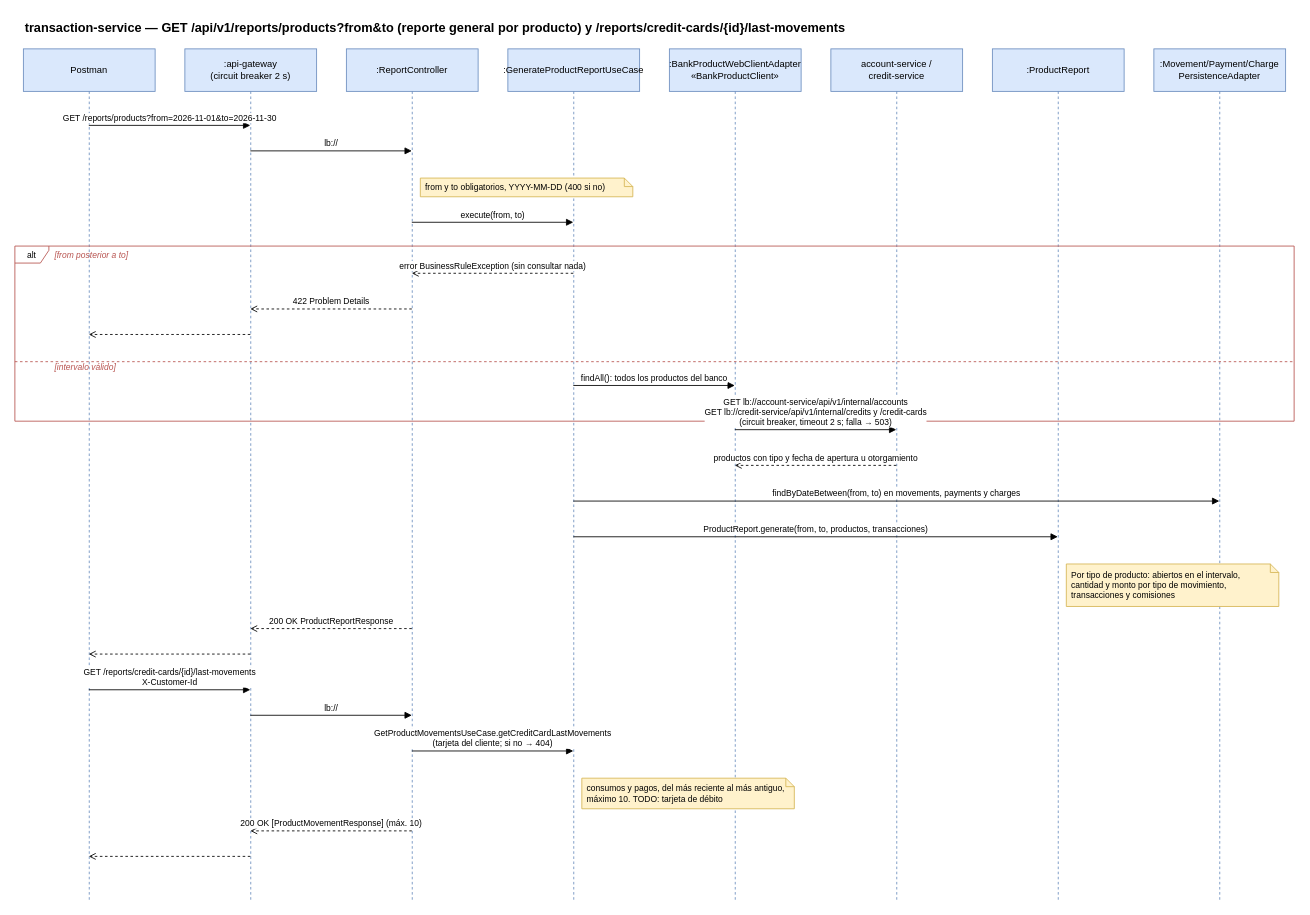
kuroxbyte/bootcamp-bank-project-docs keeps this draw.io diagram as page "transaction-service — reportes" (17 of 17) of docs/diagrams/sequence-diagrams.drawio. Above is the earlier version. Source tidied: cells renumbered, new cells numbered last; positions are measured from the earlier drawing's top-left corner, leaving out a move shared by most shapes. Both pictures are drawn from the tidied source at 85%, with x=0, y=0 at pixel (14, 14).
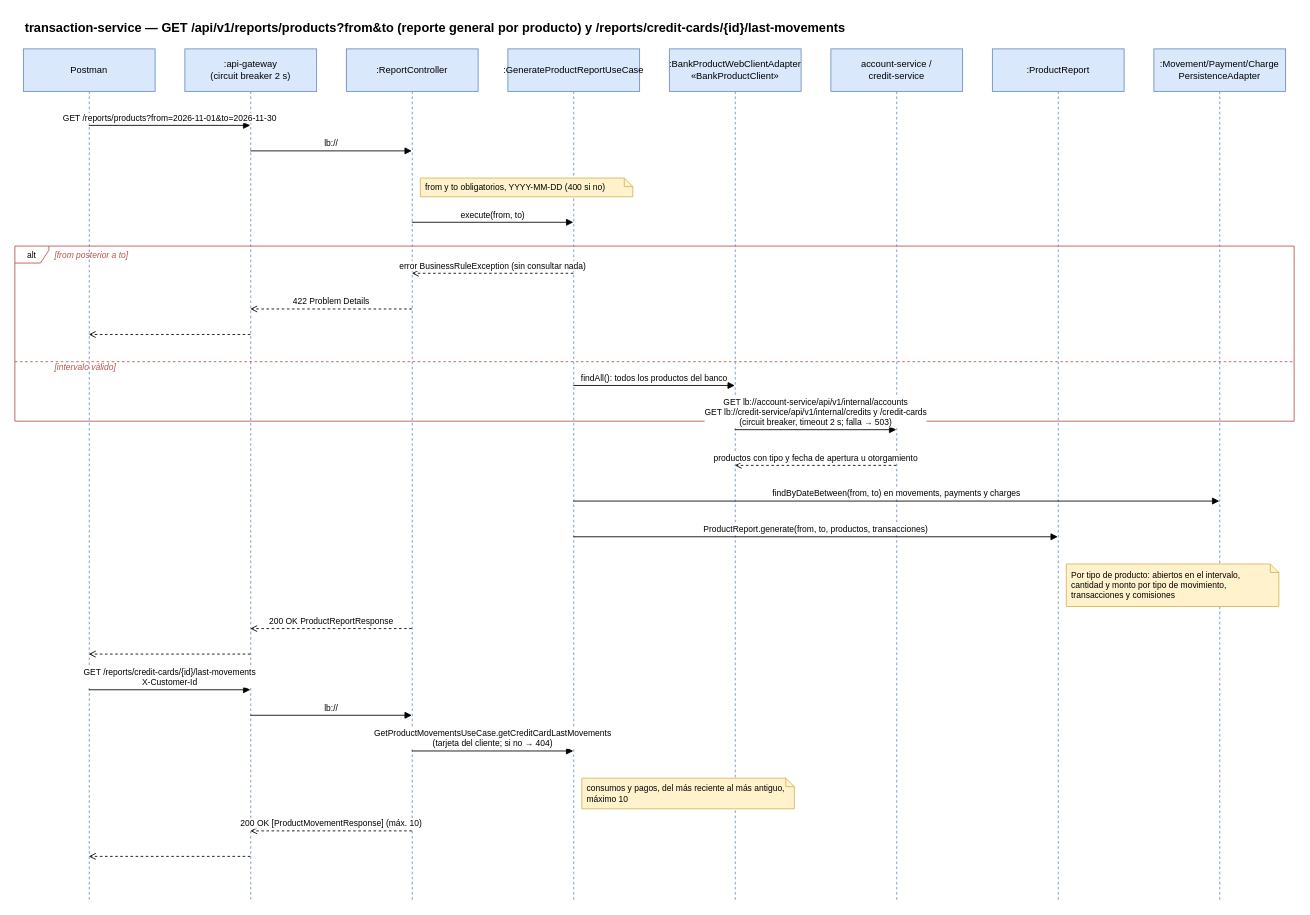
Above is the later version.

Diff of the diagram source:
```diff
@@
-    <mxCell id="33" value="consumos y pagos, del más reciente al más antiguo,&lt;br&gt;máximo 10. TODO: tarjeta de débito" style="shape=note;whiteSpace=wrap;html=1;size=10;fillColor=#fff2cc;strokeColor=#d6b656;fontSize=10;align=left;spacingLeft=4;" parent="1" vertex="1">
+    <mxCell id="33" value="consumos y pagos, del más reciente al más antiguo,&lt;br&gt;máximo 10" style="shape=note;whiteSpace=wrap;html=1;size=10;fillColor=#fff2cc;strokeColor=#d6b656;fontSize=10;align=left;spacingLeft=4;" parent="1" vertex="1">
       <mxGeometry x="667" y="898" width="250" height="36" as="geometry" />
     </mxCell>
```
